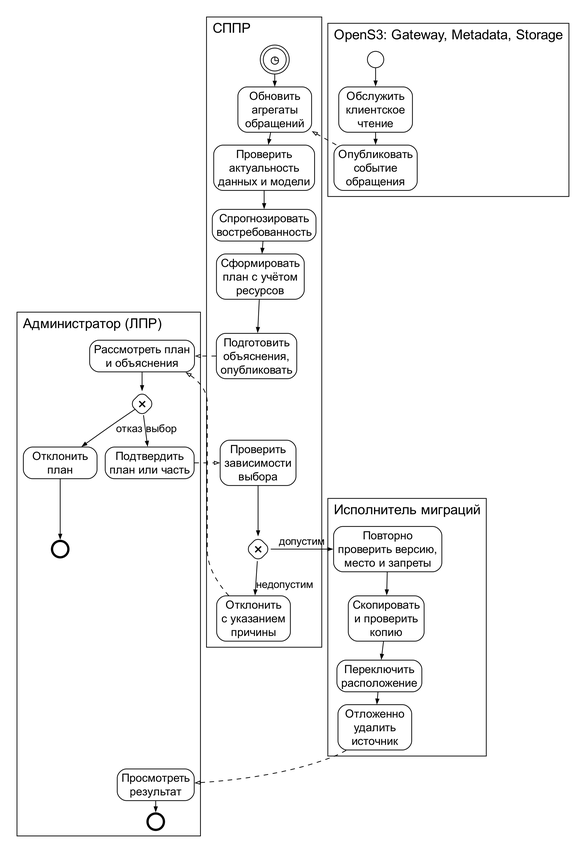
WithSoull/obsidian keeps this Graphviz diagram as 40 - Projects/Диплом/images/bpmn_tobe.png. Above is the earlier version. Its source is kept beside it as 40 - Projects/Диплом/images/src/bpmn_tobe.dot. Source of this version:
```dot
digraph bpmn_tobe {
  graph [rankdir=TB, fontname="Arial", fontsize=18, nodesep=0.15, ranksep=0.13, pad=0.2, newrank=true];
  node  [shape=box, style="rounded", fontname="Arial", fontsize=15, margin="0.08,0.04", width=1.35];
  edge  [fontname="Arial", fontsize=14, arrowsize=0.6];

  subgraph cluster_admin {
    label="Администратор (ЛПР)"; labeljust=l;
    a_review [label="Рассмотреть план\nи объяснения"];
    a_gw     [label="×", shape=diamond, width=0.45, height=0.45, fixedsize=true, fontsize=21];
    a_reject [label="Отклонить\nплан"];
    a_end0   [label="", shape=circle, width=0.3, penwidth=3];
    a_approve[label="Подтвердить\nплан или часть"];
    a_result [label="Просмотреть\nрезультат"];
    a_end    [label="", shape=circle, width=0.3, penwidth=3];
  }
  subgraph cluster_dss {
    label="СППР"; labeljust=l;
    d_timer  [label="◷", shape=doublecircle, width=0.42, fixedsize=true, fontsize=18];
    d_ingest [label="Обновить\nагрегаты\nобращений"];
    d_fresh  [label="Проверить\nактуальность\nданных и модели"];
    d_pred   [label="Спрогнозировать\nвостребованность"];
    d_plan   [label="Сформировать\nплан с учётом\nресурсов"];
    d_expl   [label="Подготовить\nобъяснения,\nопубликовать"];
    d_deps   [label="Проверить\nзависимости\nвыбора"];
    d_gw     [label="×", shape=diamond, width=0.45, height=0.45, fixedsize=true, fontsize=21];
    d_why    [label="Отклонить\nс указанием\nпричины"];
  }
  subgraph cluster_exec {
    label="Исполнитель миграций"; labeljust=l;
    e_check  [label="Повторно\nпроверить версию,\nместо и запреты"];
    e_copy   [label="Скопировать\nи проверить\nкопию"];
    e_switch [label="Переключить\nрасположение"];
    e_clean  [label="Отложенно\nудалить\nисточник"];
  }
  subgraph cluster_s3 {
    label="OpenS3: Gateway, Metadata, Storage"; labeljust=l;
    o_start  [label="", shape=circle, width=0.3];
    o_read   [label="Обслужить\nклиентское\nчтение"];
    o_event  [label="Опубликовать\nсобытие\nобращения"];
  }

  o_start -> o_read -> o_event;
  o_event -> d_ingest [style=dashed, arrowhead=empty];
  d_timer -> d_ingest -> d_fresh -> d_pred -> d_plan -> d_expl;
  d_expl -> a_review [style=dashed, arrowhead=empty];
  a_review -> a_gw;
  a_gw -> a_reject [label="отказ"];
  a_reject -> a_end0;
  a_gw -> a_approve [label="выбор"];
  a_approve -> d_deps [style=dashed, arrowhead=empty];
  d_deps -> d_gw;
  d_gw -> d_why [label="недопустим"];
  d_why -> a_review [style=dashed, arrowhead=empty];
  d_gw -> e_check [label="допустим"];
  e_check -> e_copy -> e_switch -> e_clean;
  e_clean -> a_result [style=dashed, arrowhead=empty];
  a_result -> a_end;

  {rank=same; d_timer; o_start;}
  {rank=same; d_ingest; o_read;}
  {rank=same; a_review; d_expl;}
  {rank=same; a_approve; d_deps;}
  {rank=same; e_check; d_gw;}
}
```
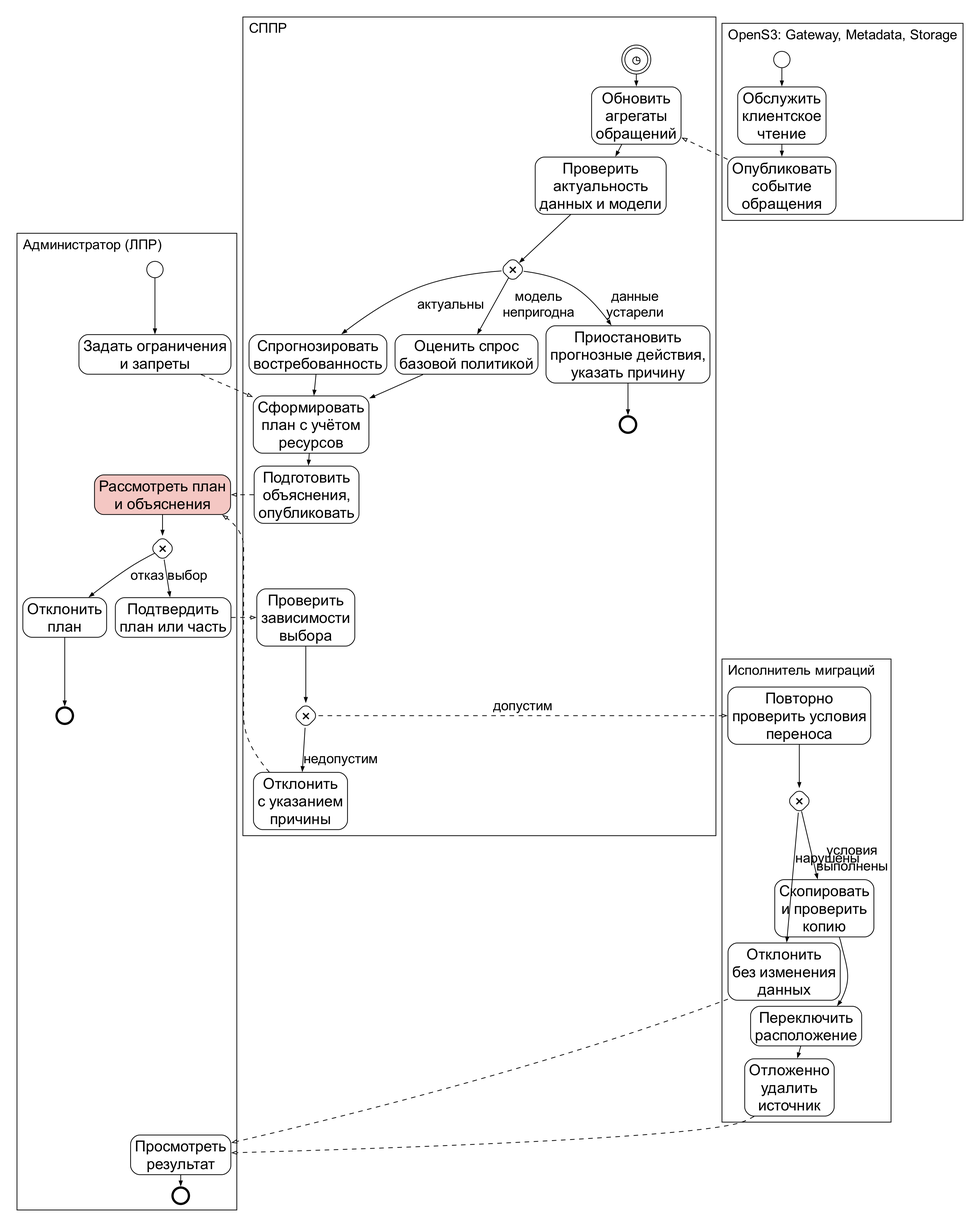
Later version of the same file.

Change to the diagram source:
```diff
@@ -1,11 +1,13 @@
 digraph bpmn_tobe {
   graph [rankdir=TB, fontname="Arial", fontsize=18, nodesep=0.15, ranksep=0.13, pad=0.2, newrank=true];
-  node  [shape=box, style="rounded", fontname="Arial", fontsize=15, margin="0.08,0.04", width=1.35];
-  edge  [fontname="Arial", fontsize=14, arrowsize=0.6];
+  node  [shape=box, style="rounded", fontname="Arial", fontsize=20, margin="0.08,0.04", width=1.35];
+  edge  [fontname="Arial", fontsize=18, arrowsize=0.6];
 
   subgraph cluster_admin {
     label="Администратор (ЛПР)"; labeljust=l;
-    a_review [label="Рассмотреть план\nи объяснения"];
+    a_start  [label="", shape=circle, width=0.3];
+    a_limits [label="Задать ограничения\nи запреты"];
+    a_review [label="Рассмотреть план\nи объяснения", style="rounded,filled", fillcolor="#f4c7c3"];
     a_gw     [label="×", shape=diamond, width=0.45, height=0.45, fixedsize=true, fontsize=21];
     a_reject [label="Отклонить\nплан"];
     a_end0   [label="", shape=circle, width=0.3, penwidth=3];
@@ -18,6 +20,10 @@
     d_timer  [label="◷", shape=doublecircle, width=0.42, fixedsize=true, fontsize=18];
     d_ingest [label="Обновить\nагрегаты\nобращений"];
     d_fresh  [label="Проверить\nактуальность\nданных и модели"];
+    d_gw0    [label="×", shape=diamond, width=0.45, height=0.45, fixedsize=true, fontsize=21];
+    d_pause  [label="Приостановить\nпрогнозные действия,\nуказать причину"];
+    d_end0   [label="", shape=circle, width=0.3, penwidth=3];
+    d_base   [label="Оценить спрос\nбазовой политикой"];
     d_pred   [label="Спрогнозировать\nвостребованность"];
     d_plan   [label="Сформировать\nплан с учётом\nресурсов"];
     d_expl   [label="Подготовить\nобъяснения,\nопубликовать"];
@@ -27,7 +33,9 @@
   }
   subgraph cluster_exec {
     label="Исполнитель миграций"; labeljust=l;
-    e_check  [label="Повторно\nпроверить версию,\nместо и запреты"];
+    e_check  [label="Повторно\nпроверить условия\nпереноса"];
+    e_gw     [label="×", shape=diamond, width=0.45, height=0.45, fixedsize=true, fontsize=21];
+    e_fail   [label="Отклонить\nбез изменения\nданных"];
     e_copy   [label="Скопировать\nи проверить\nкопию"];
     e_switch [label="Переключить\nрасположение"];
     e_clean  [label="Отложенно\nудалить\nисточник"];
@@ -41,7 +49,15 @@
 
   o_start -> o_read -> o_event;
   o_event -> d_ingest [style=dashed, arrowhead=empty];
-  d_timer -> d_ingest -> d_fresh -> d_pred -> d_plan -> d_expl;
+  d_timer -> d_ingest -> d_fresh -> d_gw0;
+  d_gw0 -> d_pred [label="актуальны"];
+  d_gw0 -> d_base [label="модель\nнепригодна"];
+  d_gw0 -> d_pause [label="данные\nустарели"];
+  d_pause -> d_end0;
+  d_base -> d_plan;
+  d_pred -> d_plan -> d_expl;
+  a_start -> a_limits;
+  a_limits -> d_plan [style=dashed, arrowhead=empty];
   d_expl -> a_review [style=dashed, arrowhead=empty];
   a_review -> a_gw;
   a_gw -> a_reject [label="отказ"];
@@ -51,8 +67,12 @@
   d_deps -> d_gw;
   d_gw -> d_why [label="недопустим"];
   d_why -> a_review [style=dashed, arrowhead=empty];
-  d_gw -> e_check [label="допустим"];
-  e_check -> e_copy -> e_switch -> e_clean;
+  d_gw -> e_check [label="допустим", style=dashed, arrowhead=empty];
+  e_check -> e_gw;
+  e_gw -> e_copy [label="условия\nвыполнены"];
+  e_gw -> e_fail [label="нарушены"];
+  e_fail -> a_result [style=dashed, arrowhead=empty];
+  e_copy -> e_switch -> e_clean;
   e_clean -> a_result [style=dashed, arrowhead=empty];
   a_result -> a_end;
 
```
